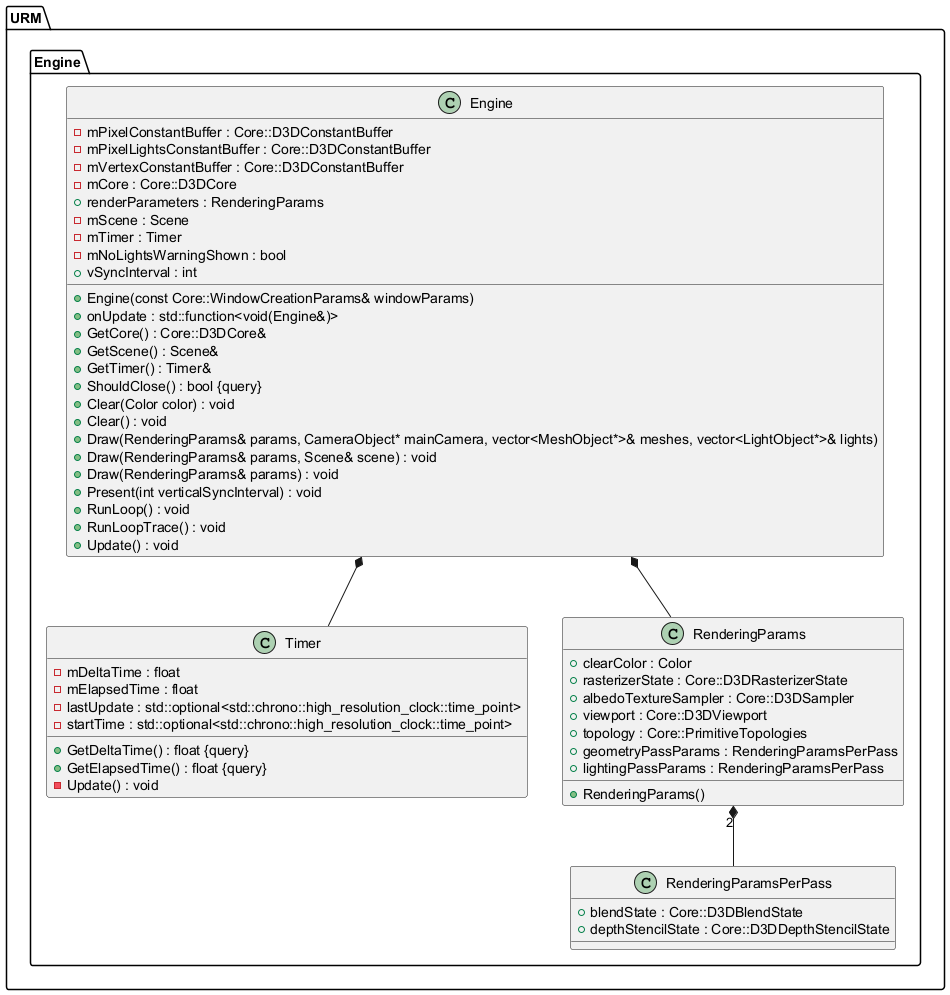
Earlier version of the PlantUML export Latex/images/UML/engine.png (MinikPLayer/MasterThesis_UniversalRenderingModule_D3D11).
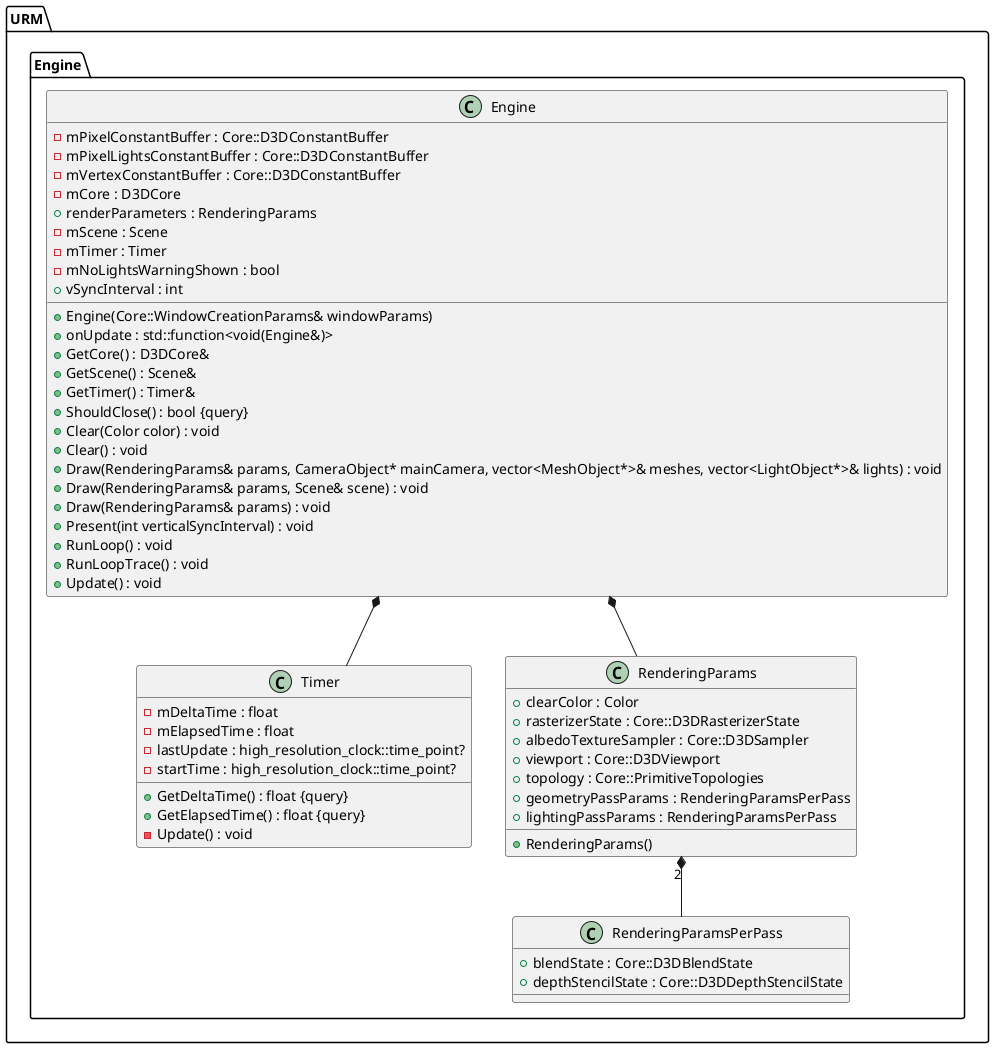
Later version of the same file.

The edit, as a diff of the source:
```diff
@@ -9,13 +9,13 @@
 namespace URM {
 	namespace Engine {
 		class Engine {
-			+Engine(const Core::WindowCreationParams& windowParams)
+			+Engine(Core::WindowCreationParams& windowParams)
 			+onUpdate : std::function<void(Engine&)>
 			-mPixelConstantBuffer : Core::D3DConstantBuffer
 			-mPixelLightsConstantBuffer : Core::D3DConstantBuffer
 			-mVertexConstantBuffer : Core::D3DConstantBuffer
-			-mCore : Core::D3DCore
-			+GetCore() : Core::D3DCore&
+			-mCore : D3DCore
+			+GetCore() : D3DCore&
 			+renderParameters : RenderingParams
 			-mScene : Scene
 			+GetScene() : Scene&
@@ -26,7 +26,7 @@
 			+vSyncInterval : int
 			+Clear(Color color) : void
 			+Clear() : void
-			+Draw(RenderingParams& params, CameraObject* mainCamera, vector<MeshObject*>& meshes, vector<LightObject*>& lights)
+			+Draw(RenderingParams& params, CameraObject* mainCamera, vector<MeshObject*>& meshes, vector<LightObject*>& lights) : void
 			+Draw(RenderingParams& params, Scene& scene) : void
 			+Draw(RenderingParams& params) : void
 			+Present(int verticalSyncInterval) : void
@@ -40,8 +40,8 @@
 			+GetElapsedTime() : float {query}
 			-mDeltaTime : float
 			-mElapsedTime : float
-			-lastUpdate : std::optional<std::chrono::high_resolution_clock::time_point>
-			-startTime : std::optional<std::chrono::high_resolution_clock::time_point>
+			-lastUpdate : high_resolution_clock::time_point?
+			-startTime : high_resolution_clock::time_point?
 			-Update() : void
 		}
 
```
